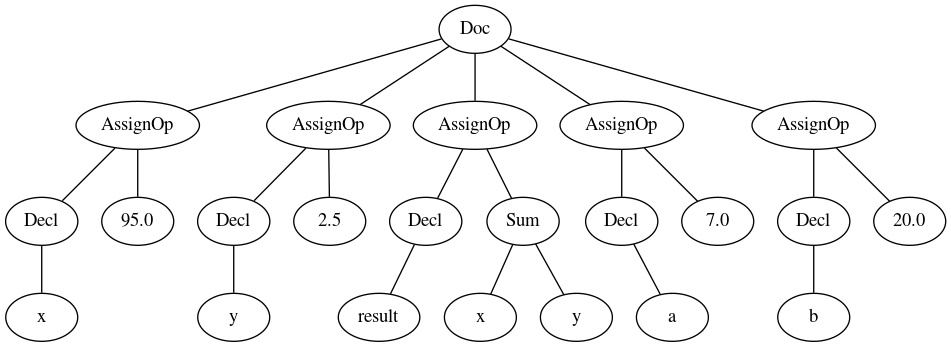
This is test_IO/result.png from manomarichal/project-compilers, a Graphviz export, as it was before one commit. Its source is kept beside it as test_IO/result.dot.
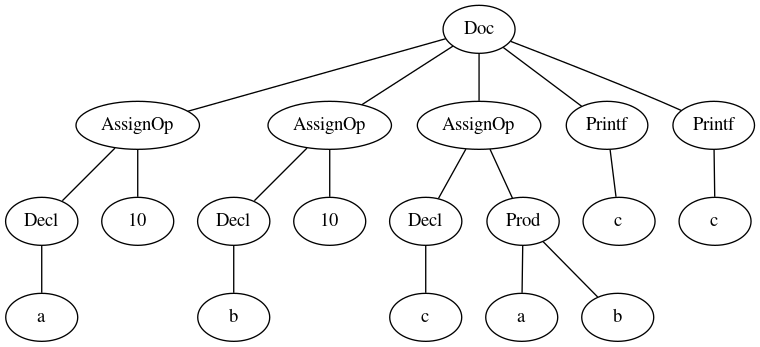
Above is the later version.

Commit message:
printf with basic integers

Change to the diagram source:
```diff
@@ -2,46 +2,38 @@
 1 [label=Doc];
 2 [label=AssignOp];
 3 [label=Decl];
-4 [label=x];
+4 [label=a];
 3 -- 4;
 2 -- 3;
-5 [label="95.0"];
+5 [label=10];
 2 -- 5;
 1 -- 2;
 6 [label=AssignOp];
 7 [label=Decl];
-8 [label=y];
+8 [label=b];
 7 -- 8;
 6 -- 7;
-9 [label="2.5"];
+9 [label=10];
 6 -- 9;
 1 -- 6;
 10 [label=AssignOp];
 11 [label=Decl];
-12 [label=result];
+12 [label=c];
 11 -- 12;
 10 -- 11;
-13 [label=Sum];
-14 [label=x];
+13 [label=Prod];
+14 [label=a];
 13 -- 14;
-15 [label=y];
+15 [label=b];
 13 -- 15;
 10 -- 13;
 1 -- 10;
-16 [label=AssignOp];
-17 [label=Decl];
-18 [label=a];
-17 -- 18;
+16 [label=Printf];
+17 [label=c];
 16 -- 17;
-19 [label="7.0"];
-16 -- 19;
 1 -- 16;
-20 [label=AssignOp];
-21 [label=Decl];
-22 [label=b];
-21 -- 22;
-20 -- 21;
-23 [label="20.0"];
-20 -- 23;
-1 -- 20;
+18 [label=Printf];
+19 [label=c];
+18 -- 19;
+1 -- 18;
 }
```
